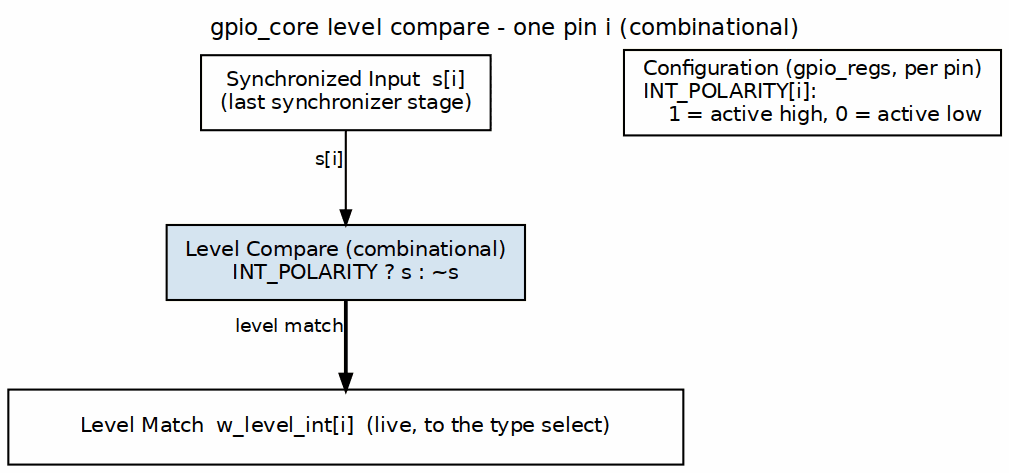
The Graphviz diagram projects/components/legacy-ip/retro_legacy_blocks/docs/gpio_mas/assets/graphviz/gpio_level_detect.png in sean-galloway/RTLDesignSherpa, before a commit. Its source is kept beside it as projects/components/legacy-ip/retro_legacy_blocks/docs/gpio_mas/assets/graphviz/gpio_level_detect.dot. Source of this version:
```dot
digraph gpio_level_detect {
    graph [rankdir=TB, bgcolor="white", fontname="Helvetica", fontsize=11,
           nodesep="0.45", ranksep="0.60", splines=ortho, newrank=true,
           label="gpio_core level compare - one pin i (combinational)",
           labelloc=t, labeljust=c];
    node  [fontname="Helvetica", fontsize=10, shape=box, style=filled,
           fillcolor="#D6E4F0", color="black", margin="0.12,0.06"];
    edge  [fontname="Helvetica", fontsize=9, color="black", arrowsize=0.7];

    s   [label="Synchronized Input  s[i]\n(last synchronizer stage)", fillcolor="white"];
    leg [fillcolor="white", label="Configuration (gpio_regs, per pin)\lINT_POLARITY[i]:\l    1 = active high, 0 = active low\l"];
    cmp [label="Level Compare (combinational)\nINT_POLARITY ? s : ~s"];
    bar [label="Level Match  w_level_int[i]  (live, to the type select)", fillcolor="white", width=4.5];

    s -> cmp [xlabel="s[i]"];
    cmp -> bar [penwidth=1.8, xlabel="level match"];
    { rank=same; s; leg; }
    s -> leg [style=invis, minlen=2];
}
```
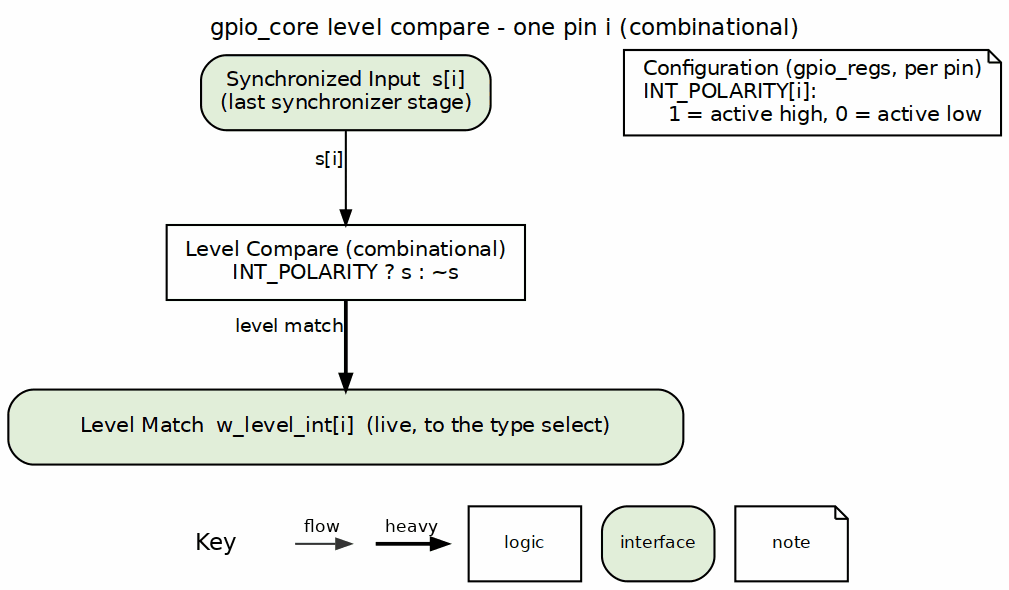
After the commit.

The edit, as a diff of the source:
```diff
@@ -4,13 +4,13 @@
            label="gpio_core level compare - one pin i (combinational)",
            labelloc=t, labeljust=c];
     node  [fontname="Helvetica", fontsize=10, shape=box, style=filled,
-           fillcolor="#D6E4F0", color="black", margin="0.12,0.06"];
+           fillcolor="white", color="black", margin="0.12,0.06"];
     edge  [fontname="Helvetica", fontsize=9, color="black", arrowsize=0.7];
 
-    s   [label="Synchronized Input  s[i]\n(last synchronizer stage)", fillcolor="white"];
-    leg [fillcolor="white", label="Configuration (gpio_regs, per pin)\lINT_POLARITY[i]:\l    1 = active high, 0 = active low\l"];
-    cmp [label="Level Compare (combinational)\nINT_POLARITY ? s : ~s"];
-    bar [label="Level Match  w_level_int[i]  (live, to the type select)", fillcolor="white", width=4.5];
+    s   [label="Synchronized Input  s[i]\n(last synchronizer stage)", fillcolor="white", style="rounded,filled", fillcolor="#E2EFDA"];
+    leg [fillcolor="white", label="Configuration (gpio_regs, per pin)\lINT_POLARITY[i]:\l    1 = active high, 0 = active low\l", shape=note];
+    cmp [label="Level Compare (combinational)\nINT_POLARITY ? s : ~s", style="filled", fillcolor="white"];
+    bar [label="Level Match  w_level_int[i]  (live, to the type select)", fillcolor="white", width=4.5, style="rounded,filled", fillcolor="#E2EFDA"];
 
     s -> cmp [xlabel="s[i]"];
     cmp -> bar [penwidth=1.8, xlabel="level match"];
```
